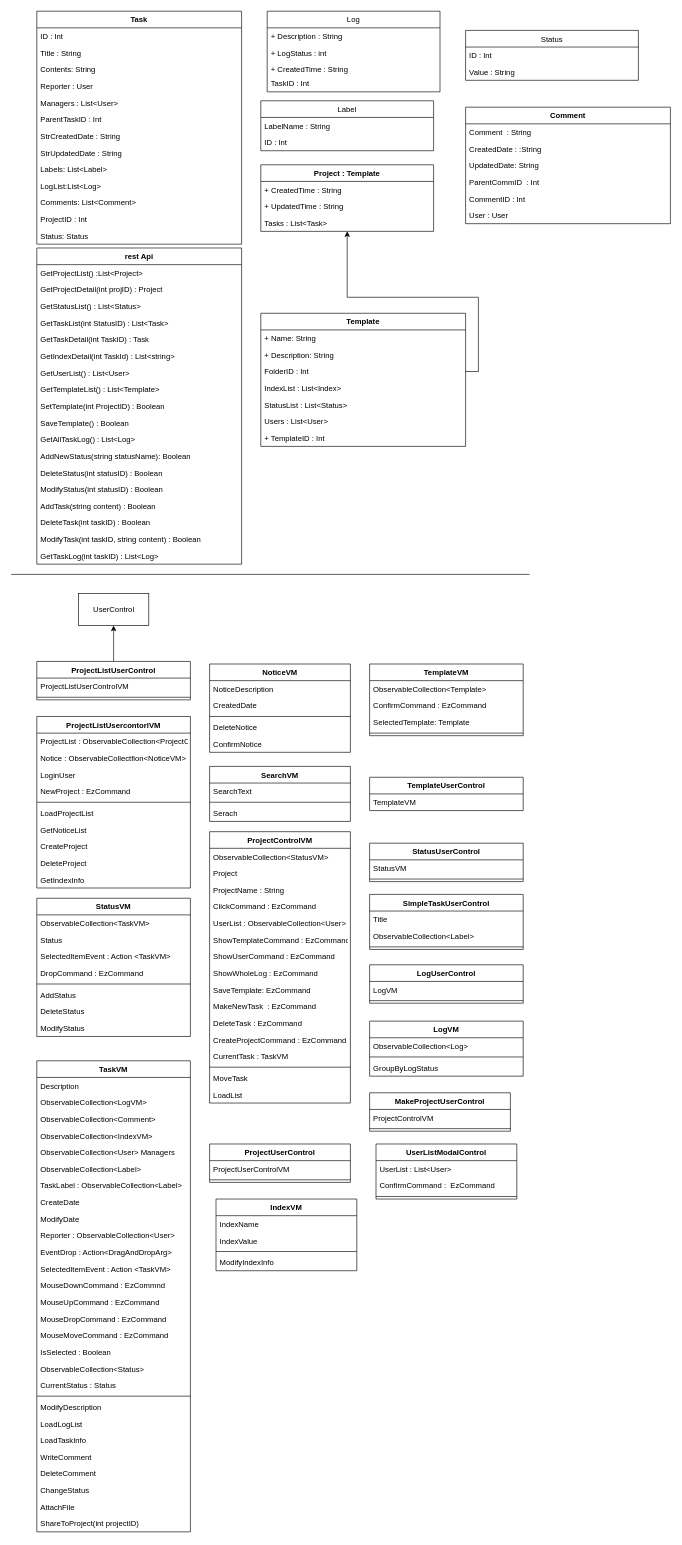
Above: Untitled Diagram.drawio in InsoooooooooJANG/TIL (draw.io), before the change. Source tidied: cells renumbered, new cells numbered last; positions are measured from the earlier drawing's top-left corner, leaving out a move shared by most shapes. Both pictures are drawn from the tidied source at 64%, with x=0, y=0 at pixel (11, 11).
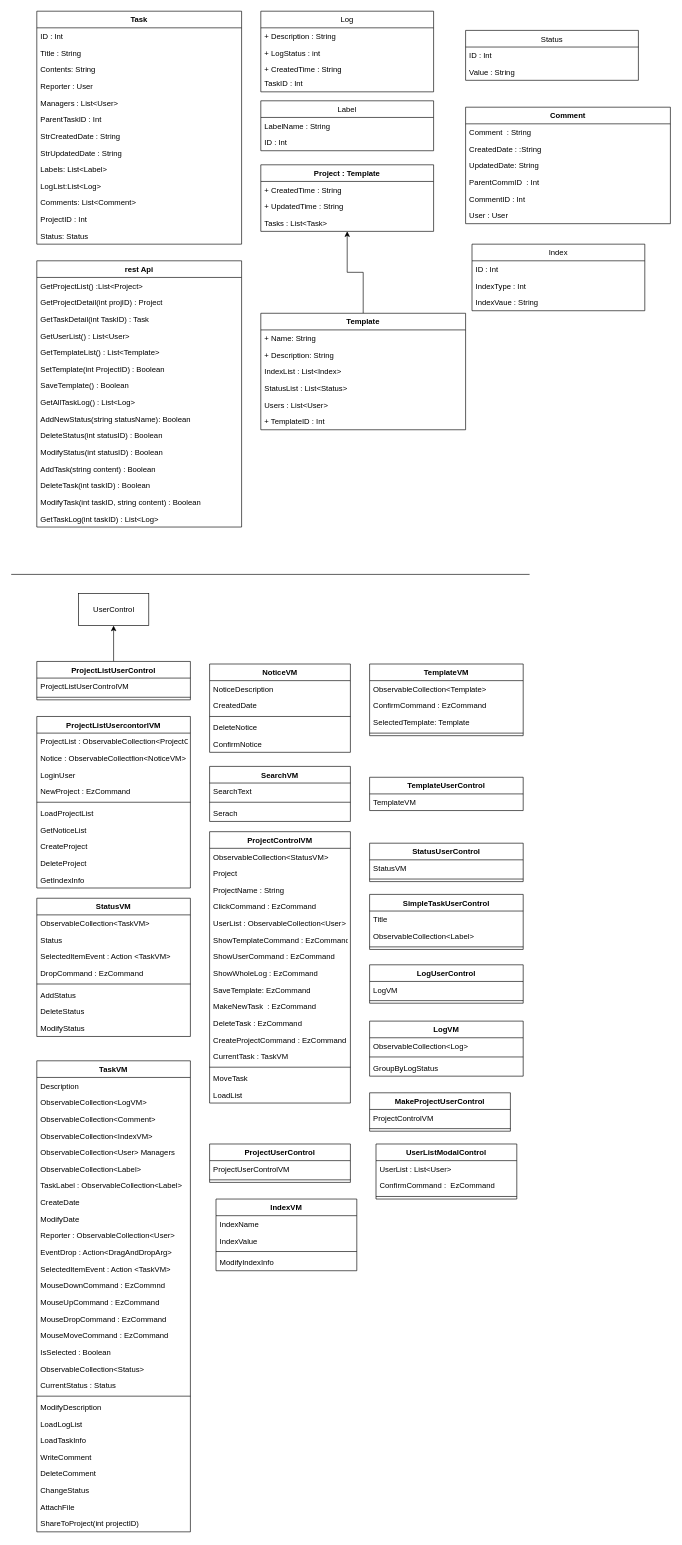
Above is the later version.

The change refers to these unchanged cells:
```xml
<mxCell id="43" value="Project : Template" style="swimlane;fontStyle=1;align=center;verticalAlign=top;horizontal=1;startSize=26;" parent="1" vertex="1">
  <mxGeometry x="390" y="240" width="270" height="104" as="geometry" />
</mxCell>
```

The edit, as a diff of the source:
```diff
@@
+    <mxCell id="184" style="edgeStyle=orthogonalEdgeStyle;rounded=0;jettySize=auto;html=1;" parent="1" edge="1" source="2" target="43">
+      <mxGeometry relative="1" as="geometry" />
+    </mxCell>
     <mxCell id="2" value="Template" style="swimlane;fontStyle=1;align=center;verticalAlign=top;horizontal=1;startSize=26;" parent="1" vertex="1">
-      <mxGeometry x="390" y="472" width="320" height="208" as="geometry" />
+      <mxGeometry x="390" y="472" width="320" height="182" as="geometry" />
     </mxCell>
@@
-    <mxCell id="5" value="FolderID : Int" style="text;strokeColor=none;fillColor=none;align=left;verticalAlign=top;spacingLeft=4;spacingRight=4;overflow=hidden;points=[[0,0.5],[1,0.5]];portConstraint=eastwest;" parent="2" vertex="1">
-      <mxGeometry y="78" width="320" height="26" as="geometry" />
-    </mxCell>
     <mxCell id="6" value="IndexList : List&lt;Index&gt;" style="text;strokeColor=none;fillColor=none;align=left;verticalAlign=top;spacingLeft=4;spacingRight=4;overflow=hidden;" parent="2" vertex="1">
-      <mxGeometry y="104" width="320" height="26" as="geometry" />
+      <mxGeometry y="78" width="320" height="26" as="geometry" />
     </mxCell>
     <mxCell id="7" value="StatusList : List&lt;Status&gt;" style="text;strokeColor=none;fillColor=none;align=left;verticalAlign=top;spacingLeft=4;spacingRight=4;overflow=hidden;" parent="2" vertex="1">
-      <mxGeometry y="130" width="320" height="26" as="geometry" />
+      <mxGeometry y="104" width="320" height="26" as="geometry" />
     </mxCell>
     <mxCell id="8" value="Users : List&lt;User&gt;" style="text;strokeColor=none;fillColor=none;align=left;verticalAlign=top;spacingLeft=4;spacingRight=4;overflow=hidden;" parent="2" vertex="1">
-      <mxGeometry y="156" width="320" height="26" as="geometry" />
+      <mxGeometry y="130" width="320" height="26" as="geometry" />
     </mxCell>
     <mxCell id="9" value="+ TemplateID : Int" style="text;strokeColor=none;fillColor=none;align=left;verticalAlign=top;spacingLeft=4;spacingRight=4;overflow=hidden;" parent="2" vertex="1">
-      <mxGeometry y="182" width="320" height="26" as="geometry" />
+      <mxGeometry y="156" width="320" height="26" as="geometry" />
     </mxCell>
@@
     <mxCell id="24" value="rest Api" style="swimlane;fontStyle=1;align=center;verticalAlign=top;horizontal=1;startSize=26;" parent="1" vertex="1">
-      <mxGeometry x="40" y="370" width="320" height="494" as="geometry" />
+      <mxGeometry x="40" y="390" width="320" height="416" as="geometry" />
     </mxCell>
@@
-    <mxCell id="27" value="GetStatusList() : List&lt;Status&gt;" style="text;strokeColor=none;fillColor=none;align=left;verticalAlign=top;spacingLeft=4;spacingRight=4;overflow=hidden;" parent="24" vertex="1">
-      <mxGeometry y="78" width="320" height="26" as="geometry" />
-    </mxCell>
-    <mxCell id="28" value="GetTaskList(int StatusID) : List&lt;Task&gt;" style="text;strokeColor=none;fillColor=none;align=left;verticalAlign=top;spacingLeft=4;spacingRight=4;overflow=hidden;" parent="24" vertex="1">
-      <mxGeometry y="104" width="320" height="26" as="geometry" />
-    </mxCell>
     <mxCell id="29" value="GetTaskDetail(int TaskID) : Task" style="text;strokeColor=none;fillColor=none;align=left;verticalAlign=top;spacingLeft=4;spacingRight=4;overflow=hidden;" parent="24" vertex="1">
-      <mxGeometry y="130" width="320" height="26" as="geometry" />
+      <mxGeometry y="78" width="320" height="26" as="geometry" />
     </mxCell>
-    <mxCell id="30" value="GetIndexDetail(int TaskId) : List&lt;string&gt;" style="text;strokeColor=none;fillColor=none;align=left;verticalAlign=top;spacingLeft=4;spacingRight=4;overflow=hidden;" parent="24" vertex="1">
-      <mxGeometry y="156" width="320" height="26" as="geometry" />
-    </mxCell>
     <mxCell id="31" value="GetUserList() : List&lt;User&gt;" style="text;strokeColor=none;fillColor=none;align=left;verticalAlign=top;spacingLeft=4;spacingRight=4;overflow=hidden;" parent="24" vertex="1">
-      <mxGeometry y="182" width="320" height="26" as="geometry" />
+      <mxGeometry y="104" width="320" height="26" as="geometry" />
     </mxCell>
     <mxCell id="32" value="GetTemplateList() : List&lt;Template&gt;" style="text;strokeColor=none;fillColor=none;align=left;verticalAlign=top;spacingLeft=4;spacingRight=4;overflow=hidden;" parent="24" vertex="1">
-      <mxGeometry y="208" width="320" height="26" as="geometry" />
+      <mxGeometry y="130" width="320" height="26" as="geometry" />
     </mxCell>
     <mxCell id="33" value="SetTemplate(int ProjectID) : Boolean" style="text;strokeColor=none;fillColor=none;align=left;verticalAlign=top;spacingLeft=4;spacingRight=4;overflow=hidden;" parent="24" vertex="1">
-      <mxGeometry y="234" width="320" height="26" as="geometry" />
+      <mxGeometry y="156" width="320" height="26" as="geometry" />
     </mxCell>
     <mxCell id="34" value="SaveTemplate() : Boolean" style="text;strokeColor=none;fillColor=none;align=left;verticalAlign=top;spacingLeft=4;spacingRight=4;overflow=hidden;" parent="24" vertex="1">
-      <mxGeometry y="260" width="320" height="26" as="geometry" />
+      <mxGeometry y="182" width="320" height="26" as="geometry" />
     </mxCell>
     <mxCell id="35" value="GetAllTaskLog() : List&lt;Log&gt;" style="text;strokeColor=none;fillColor=none;align=left;verticalAlign=top;spacingLeft=4;spacingRight=4;overflow=hidden;" parent="24" vertex="1">
-      <mxGeometry y="286" width="320" height="26" as="geometry" />
+      <mxGeometry y="208" width="320" height="26" as="geometry" />
     </mxCell>
     <mxCell id="36" value="AddNewStatus(string statusName): Boolean" style="text;strokeColor=none;fillColor=none;align=left;verticalAlign=top;spacingLeft=4;spacingRight=4;overflow=hidden;" parent="24" vertex="1">
-      <mxGeometry y="312" width="320" height="26" as="geometry" />
+      <mxGeometry y="234" width="320" height="26" as="geometry" />
     </mxCell>
     <mxCell id="37" value="DeleteStatus(int statusID) : Boolean" style="text;strokeColor=none;fillColor=none;align=left;verticalAlign=top;spacingLeft=4;spacingRight=4;overflow=hidden;" parent="24" vertex="1">
-      <mxGeometry y="338" width="320" height="26" as="geometry" />
+      <mxGeometry y="260" width="320" height="26" as="geometry" />
     </mxCell>
     <mxCell id="38" value="ModifyStatus(int statusID) : Boolean" style="text;strokeColor=none;fillColor=none;align=left;verticalAlign=top;spacingLeft=4;spacingRight=4;overflow=hidden;" parent="24" vertex="1">
-      <mxGeometry y="364" width="320" height="26" as="geometry" />
+      <mxGeometry y="286" width="320" height="26" as="geometry" />
     </mxCell>
     <mxCell id="39" value="AddTask(string content) : Boolean" style="text;strokeColor=none;fillColor=none;align=left;verticalAlign=top;spacingLeft=4;spacingRight=4;overflow=hidden;" parent="24" vertex="1">
-      <mxGeometry y="390" width="320" height="26" as="geometry" />
+      <mxGeometry y="312" width="320" height="26" as="geometry" />
     </mxCell>
     <mxCell id="40" value="DeleteTask(int taskID) : Boolean" style="text;strokeColor=none;fillColor=none;align=left;verticalAlign=top;spacingLeft=4;spacingRight=4;overflow=hidden;" parent="24" vertex="1">
-      <mxGeometry y="416" width="320" height="26" as="geometry" />
+      <mxGeometry y="338" width="320" height="26" as="geometry" />
     </mxCell>
     <mxCell id="41" value="ModifyTask(int taskID, string content) : Boolean" style="text;strokeColor=none;fillColor=none;align=left;verticalAlign=top;spacingLeft=4;spacingRight=4;overflow=hidden;" parent="24" vertex="1">
-      <mxGeometry y="442" width="320" height="26" as="geometry" />
+      <mxGeometry y="364" width="320" height="26" as="geometry" />
     </mxCell>
     <mxCell id="42" value="GetTaskLog(int taskID) : List&lt;Log&gt;" style="text;strokeColor=none;fillColor=none;align=left;verticalAlign=top;spacingLeft=4;spacingRight=4;overflow=hidden;" parent="24" vertex="1">
-      <mxGeometry y="468" width="320" height="26" as="geometry" />
+      <mxGeometry y="390" width="320" height="26" as="geometry" />
     </mxCell>
@@
     <mxCell id="48" value="Log" style="swimlane;fontStyle=0;horizontal=1;startSize=26;fillColor=none;" parent="1" vertex="1">
-      <mxGeometry x="400" width="270" height="126" as="geometry" />
+      <mxGeometry x="390" width="270" height="126" as="geometry" />
     </mxCell>
@@
-    <mxCell id="179" style="edgeStyle=orthogonalEdgeStyle;rounded=0;jettySize=auto;html=1;exitX=1;exitY=0.5;exitDx=0;exitDy=0;" parent="1" edge="1" source="5" target="43">
-      <mxGeometry relative="1" as="geometry" />
-    </mxCell>
@@
+    <mxCell id="185" value="Index" style="swimlane;fontStyle=0;horizontal=1;startSize=26;fillColor=none;" parent="1" vertex="1">
+      <mxGeometry x="720" y="364" width="270" height="104" as="geometry" />
+    </mxCell>
+    <mxCell id="186" value="ID : Int" style="text;strokeColor=none;fillColor=none;align=left;verticalAlign=top;spacingLeft=4;spacingRight=4;overflow=hidden;" parent="185" vertex="1">
+      <mxGeometry y="26" width="270" height="26" as="geometry" />
+    </mxCell>
+    <mxCell id="187" value="IndexType : Int" style="text;strokeColor=none;fillColor=none;align=left;verticalAlign=top;spacingLeft=4;spacingRight=4;overflow=hidden;" parent="185" vertex="1">
+      <mxGeometry y="52" width="270" height="26" as="geometry" />
+    </mxCell>
+    <mxCell id="188" value="IndexVaue : String" style="text;strokeColor=none;fillColor=none;align=left;verticalAlign=top;spacingLeft=4;spacingRight=4;overflow=hidden;" parent="185" vertex="1">
+      <mxGeometry y="78" width="270" height="26" as="geometry" />
+    </mxCell>
```
